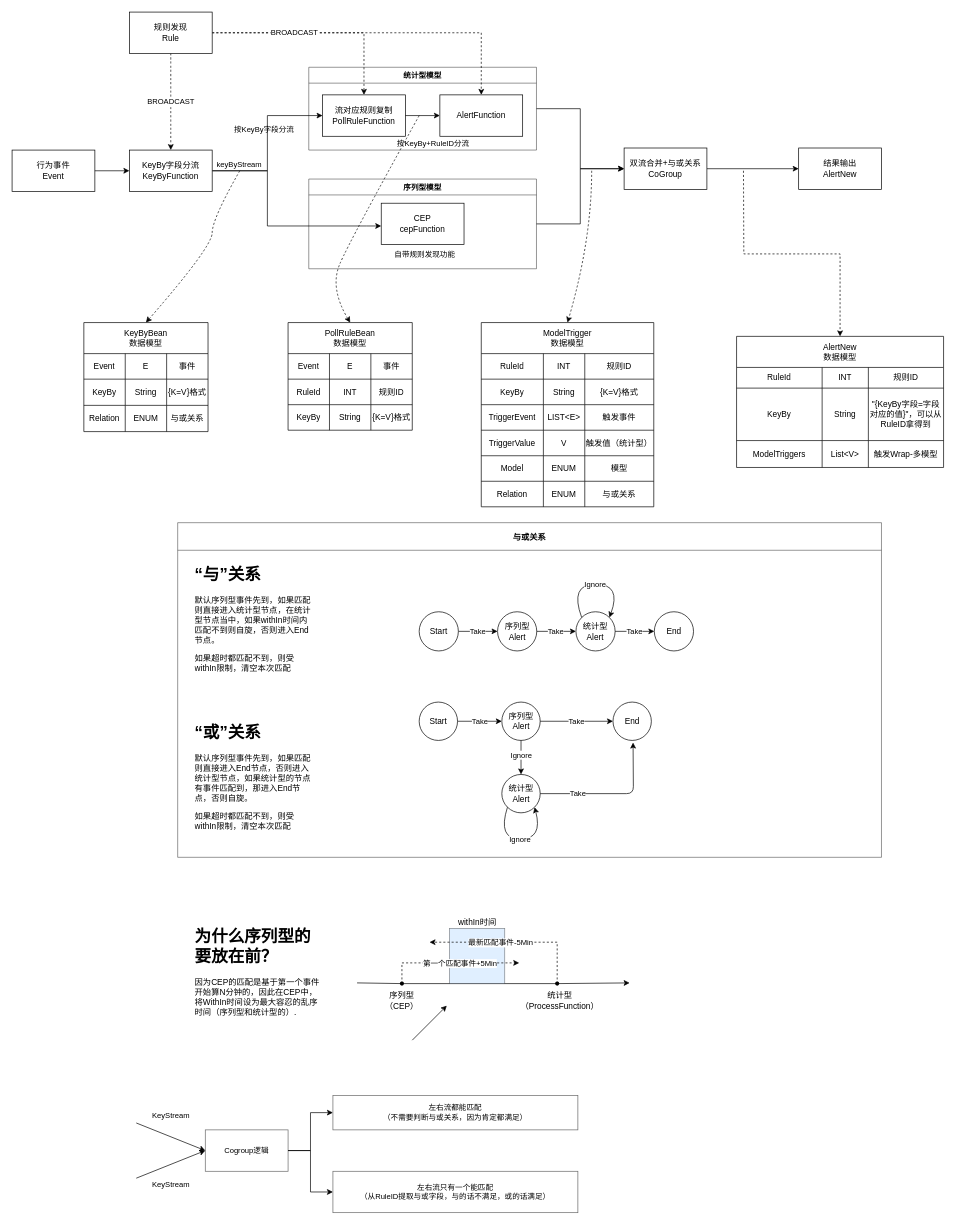
Before: cep.drawio in pengmide/draw, a draw.io diagram. Source tidied: cells renumbered, new cells numbered last; positions are measured from the earlier drawing's top-left corner, leaving out a move shared by most shapes. Both pictures are drawn from the tidied source at 69%, with x=0, y=0 at pixel (12, 12).
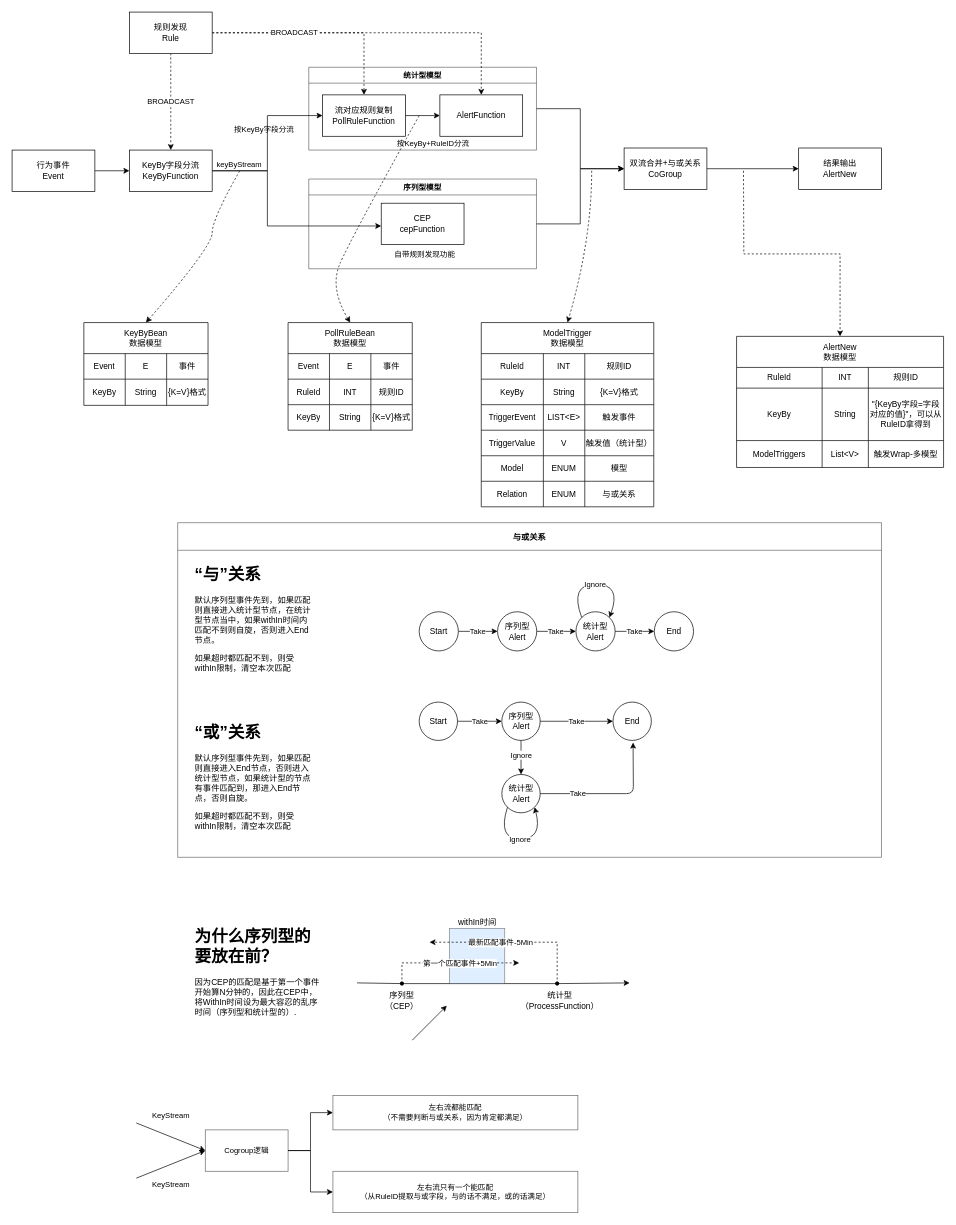
After the change.

Commit message:
删除KeyBy新增的Relation属性

What changed in the source:
```diff
@@
     <mxCell id="118" value="KeyByBean&#10;数据模型" style="shape=table;startSize=45;childLayout=tableLayout;rounded=0;shadow=0;comic=0;sketch=0;labelBorderColor=none;" parent="1" vertex="1">
-      <mxGeometry x="104" y="450" width="180" height="158" as="geometry" />
+      <mxGeometry x="104" y="450" width="180" height="120" as="geometry" />
     </mxCell>
@@
-    <mxCell id="127" style="shape=tableRow;horizontal=0;startSize=0;swimlaneHead=0;swimlaneBody=0;top=0;left=0;bottom=0;right=0;fillColor=none;rounded=0;shadow=0;comic=0;sketch=0;" parent="118" vertex="1">
-      <mxGeometry y="120" width="180" height="38" as="geometry" />
-    </mxCell>
-    <mxCell id="128" value="Relation" style="shape=partialRectangle;html=1;whiteSpace=wrap;overflow=hidden;fillColor=none;top=0;left=0;bottom=0;right=0;rounded=0;shadow=0;comic=0;sketch=0;startSize=0;" parent="127" vertex="1">
-      <mxGeometry width="60" height="38" as="geometry" />
-    </mxCell>
-    <mxCell id="129" value="ENUM" style="shape=partialRectangle;html=1;whiteSpace=wrap;overflow=hidden;fillColor=none;top=0;left=0;bottom=0;right=0;rounded=0;shadow=0;comic=0;sketch=0;startSize=0;" parent="127" vertex="1">
-      <mxGeometry x="60" width="60" height="38" as="geometry" />
-    </mxCell>
-    <mxCell id="130" value="与或关系" style="shape=partialRectangle;html=1;whiteSpace=wrap;overflow=hidden;fillColor=none;top=0;left=0;bottom=0;right=0;rounded=0;shadow=0;comic=0;sketch=0;startSize=0;" parent="127" vertex="1">
-      <mxGeometry x="120" width="60" height="38" as="geometry" />
-    </mxCell>
```
